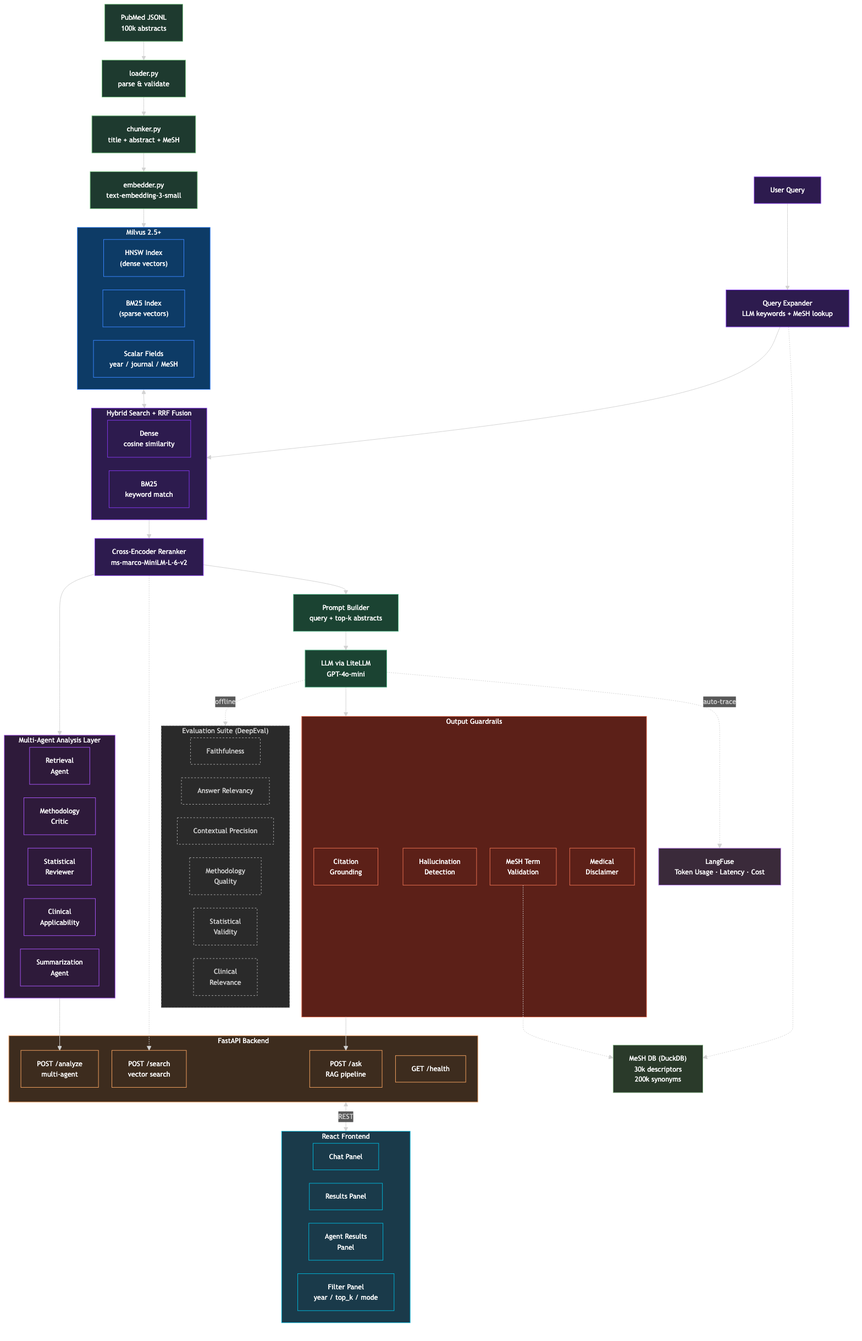
Above: docs/architecture.png in o13o/pubmed-rag (Mermaid), before the change. Its source is kept beside it as docs/architecture.mmd.
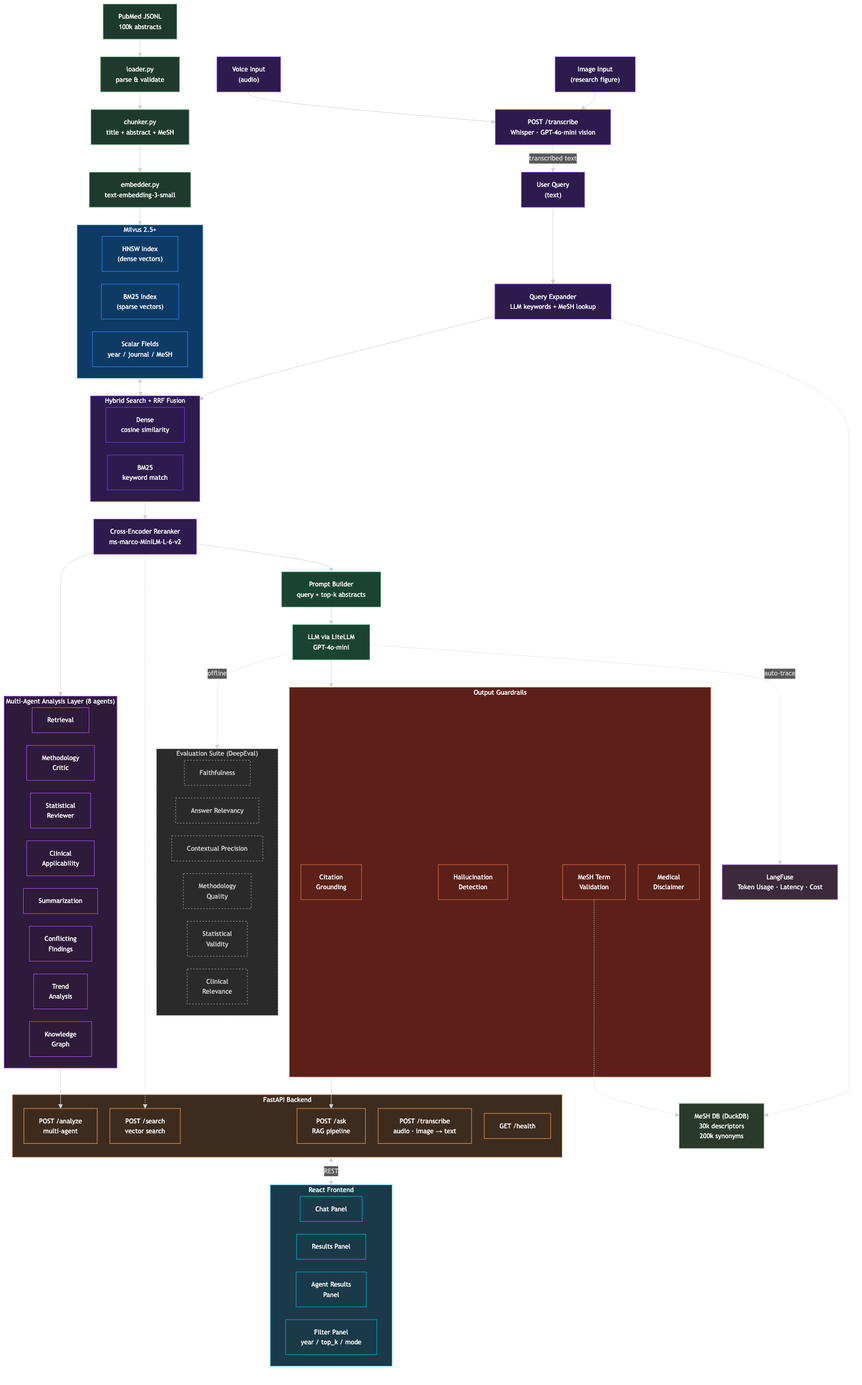
After the change.

Commit message:
docs: update architecture diagram with multimodal input and all 8 agents

- Add Voice/Image input nodes and POST /transcribe flow
- Add /transcribe to FastAPI Backend subgraph
- Expand agent layer from 5 to all 8 agents
- Re-render PNG

What changed in the source:
```diff
@@ -16,7 +16,15 @@
 
     EMBEDDER --> MILVUS
 
-    USER["User Query"]
+    USER["User Query\n(text)"]
+    AUDIO["Voice Input\n(audio)"]
+    IMAGE["Image Input\n(research figure)"]
+    TRANSCRIBE["POST /transcribe\nWhisper · GPT-4o-mini vision"]
+
+    AUDIO --> TRANSCRIBE
+    IMAGE --> TRANSCRIBE
+    TRANSCRIBE -->|transcribed text| USER
+
     MESHDB["MeSH DB (DuckDB)\n30k descriptors\n200k synonyms"]
     QE["Query Expander\nLLM keywords + MeSH lookup"]
 
@@ -56,6 +64,7 @@
         API_ASK["POST /ask\nRAG pipeline"]
         API_SEARCH["POST /search\nvector search"]
         API_ANALYZE["POST /analyze\nmulti-agent"]
+        API_TRANSCRIBE["POST /transcribe\naudio · image → text"]
         API_HEALTH["GET /health"]
     end
 
@@ -72,13 +81,16 @@
 
     API <-->|REST| FRONTEND
 
-    subgraph AGENTS["Multi-Agent Analysis Layer"]
+    subgraph AGENTS["Multi-Agent Analysis Layer (8 agents)"]
         direction LR
-        A1["Retrieval\nAgent"]
+        A1["Retrieval"]
         A2["Methodology\nCritic"]
         A3["Statistical\nReviewer"]
         A4["Clinical\nApplicability"]
-        A5["Summarization\nAgent"]
+        A5["Summarization"]
+        A6["Conflicting\nFindings"]
+        A7["Trend\nAnalysis"]
+        A8["Knowledge\nGraph"]
     end
 
     RERANK --> AGENTS
@@ -114,11 +126,12 @@
     class JSONL,LOADER,CHUNKER,EMBEDDER data
     class MILVUS,DENSE,BM25,SCALAR store
     class USER,QE,RERANK,SEARCH,S_DENSE,S_BM25 query
+    class AUDIO,IMAGE,TRANSCRIBE query
     class PROMPT,LLM rag
     class GUARD,G1,G2,G3,G4 guard
-    class API,API_ASK,API_SEARCH,API_HEALTH api
+    class API,API_ASK,API_SEARCH,API_HEALTH,API_TRANSCRIBE api
     class FRONTEND,CHAT,RESULTS,FILTERS ui
-    class AGENTS,A1,A2,A3,A4,A5 agents
+    class AGENTS,A1,A2,A3,A4,A5,A6,A7,A8 agents
     class EVAL,E1,E2,E3,E5,E6,E7 eval
     class API_ANALYZE api
     class AGENT_PANEL ui
```
